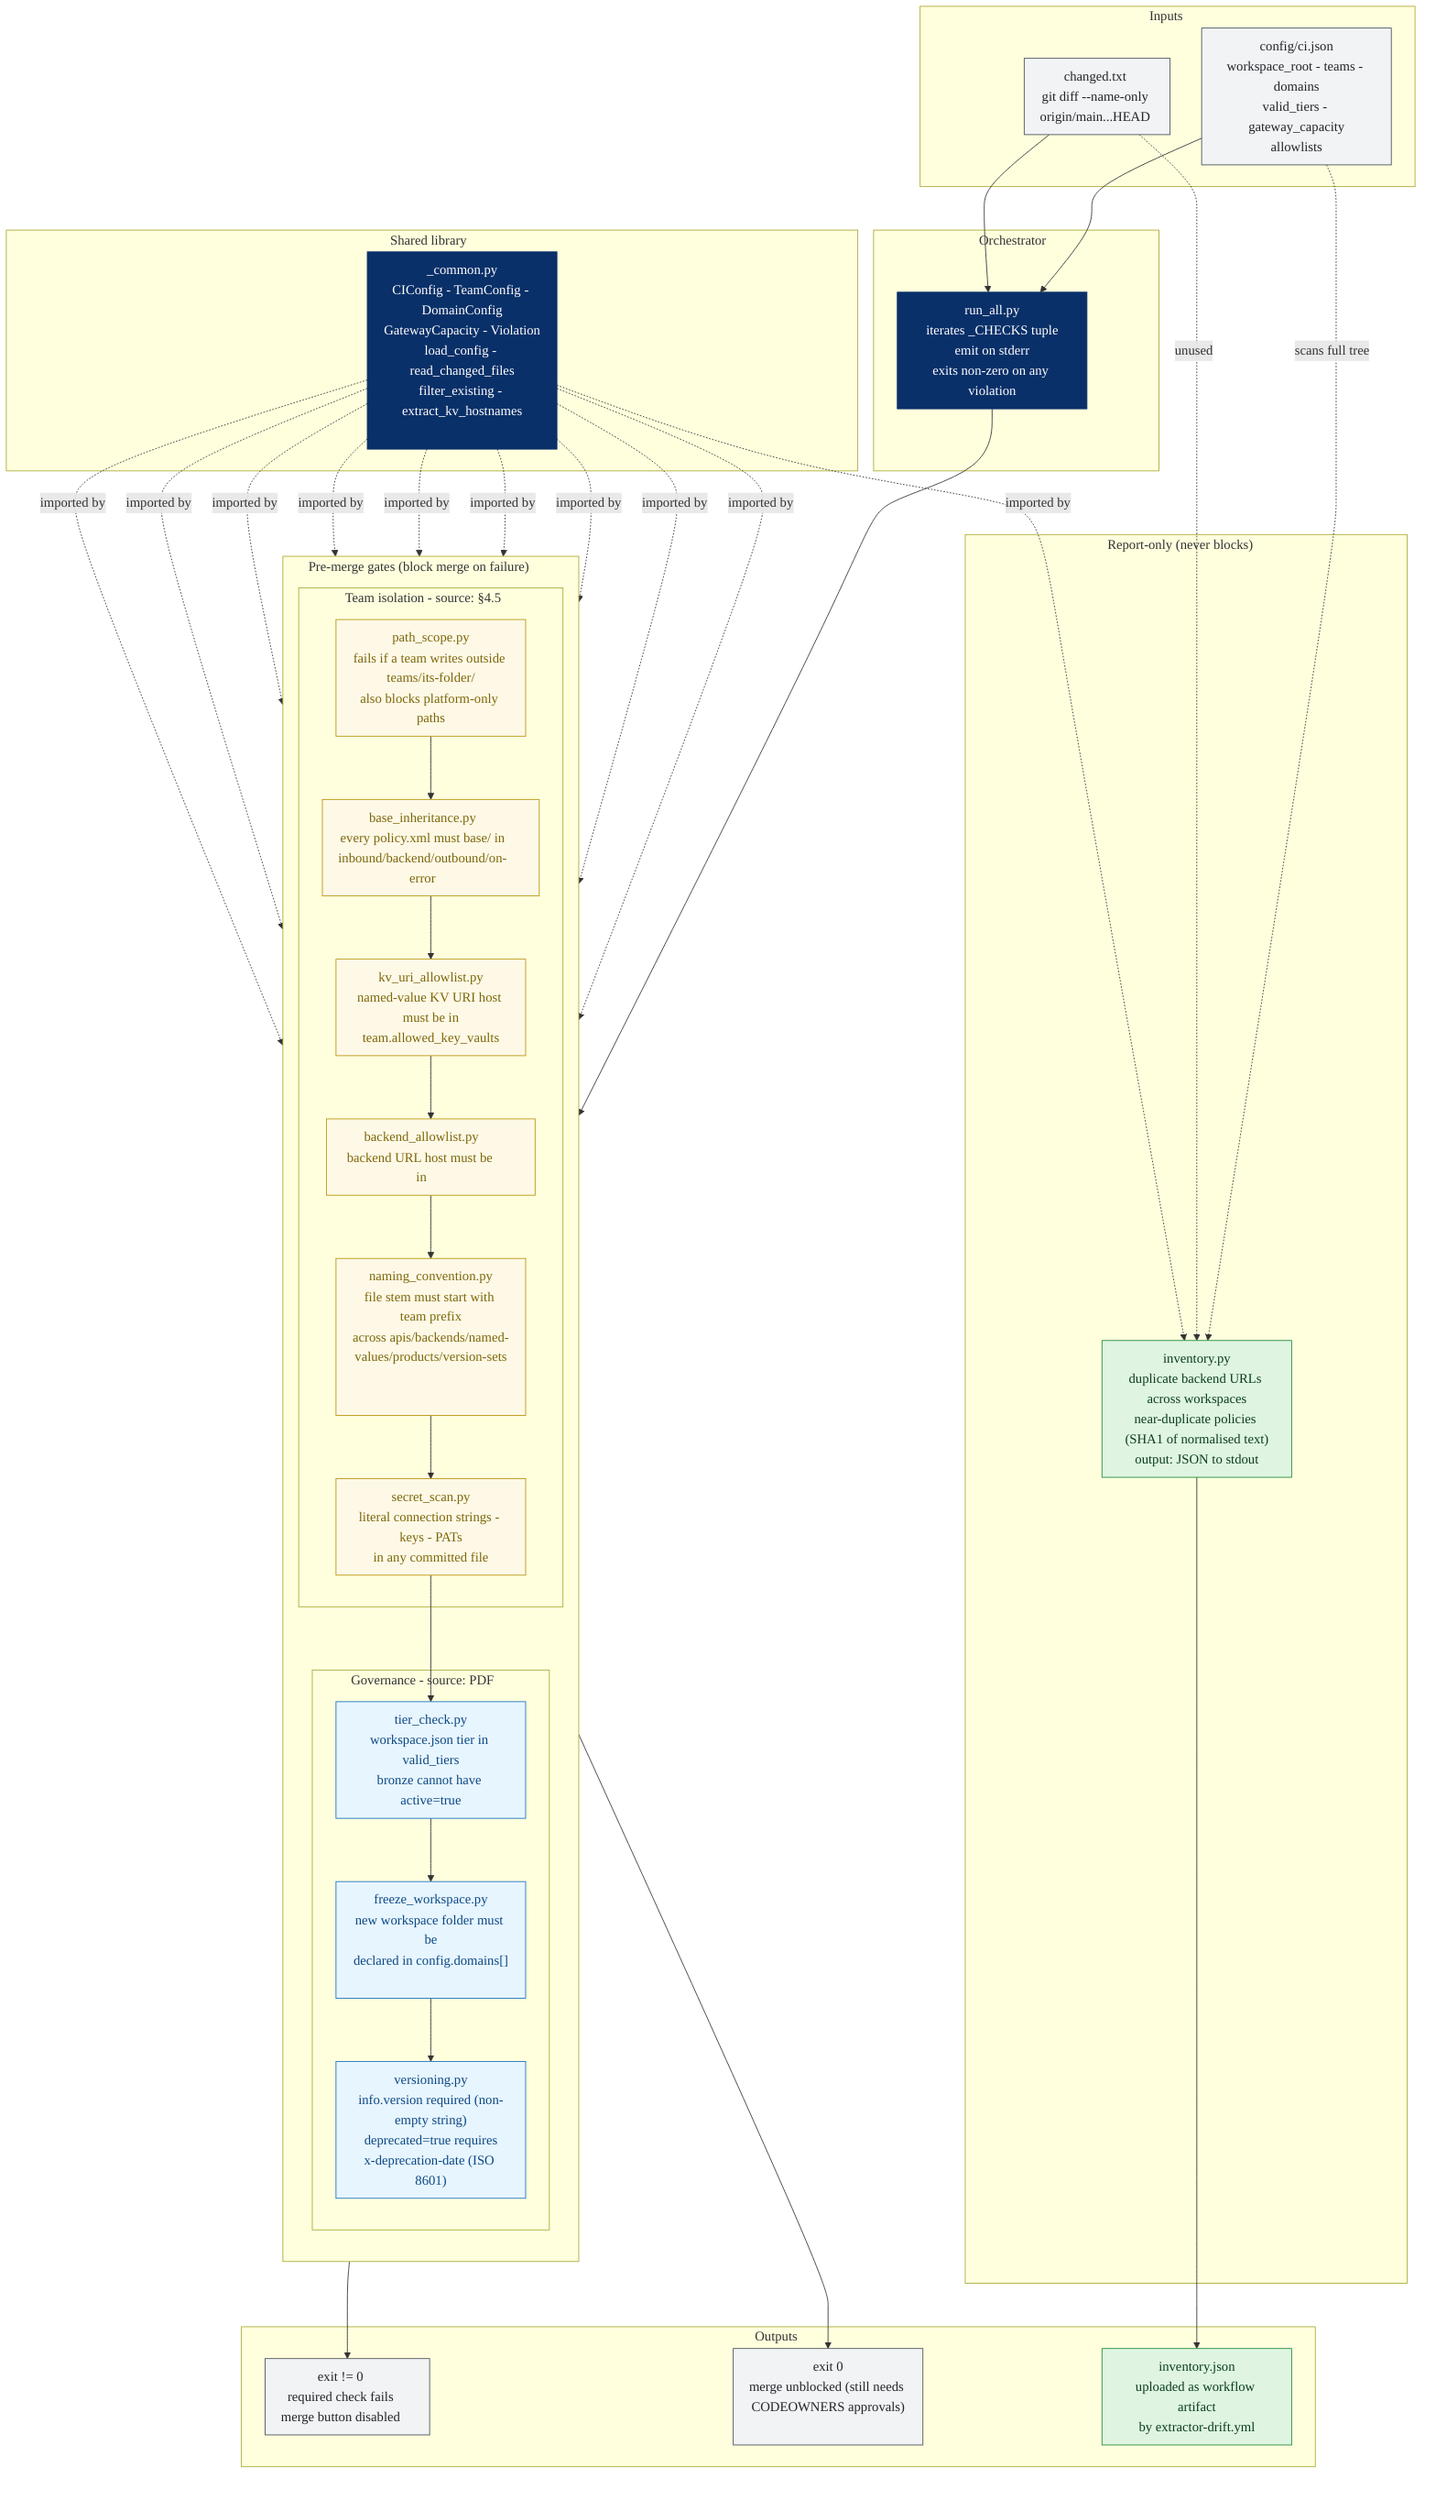
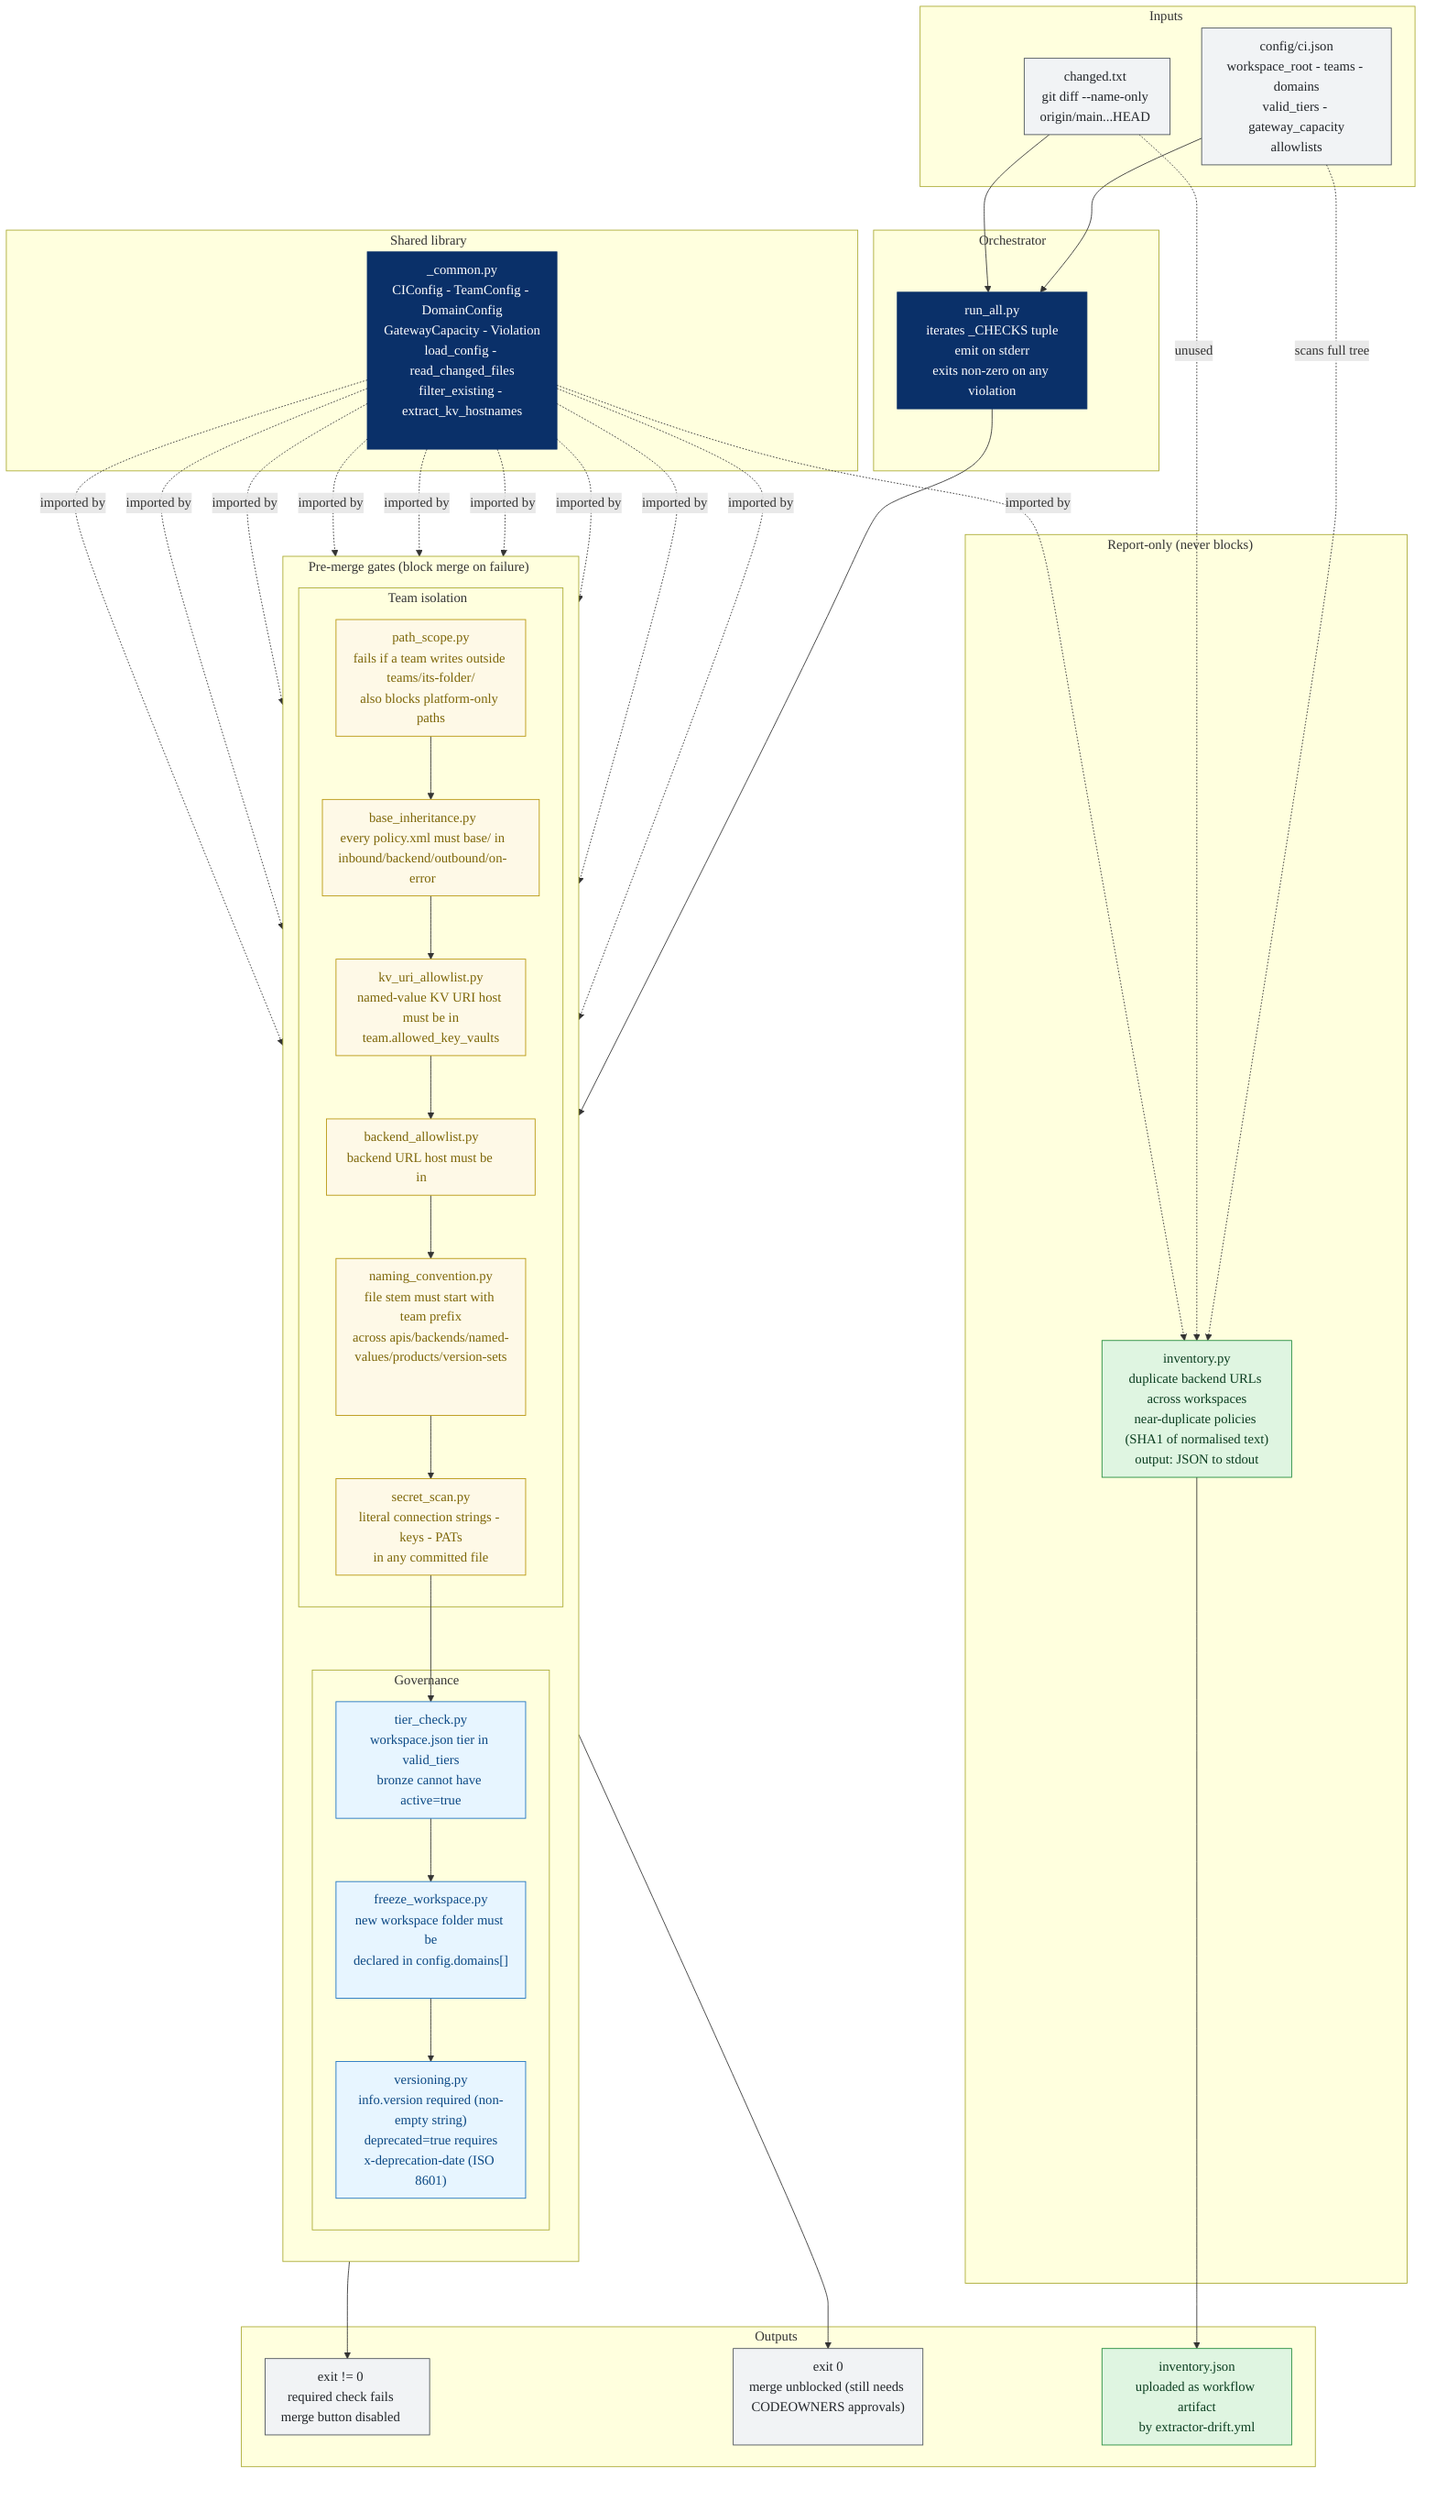
---
config:
  flowchart:
    htmlLabels: true
    nodeSpacing: 40
    rankSpacing: 55
    padding: 10
  themeVariables:
    fontSize: 17px
    fontFamily: Segoe UI, Arial, sans-serif
---
%% The 9 pre-merge CI checks + 1 report-only inventory scan.
%% Each check is a Python module under .github/scripts/, sharing _common.py,
%% orchestrated by run_all.py, invoked from pr-validation.yml.
- %% Source: docs/reference_architecture.md §4.5 +
- %%         reference architecture "Workspace Consolidation, Governance & Dedup Strategy".
+ %% Covers team isolation plus the workspace consolidation, governance & dedup strategy.

flowchart TB
    subgraph IN["Inputs"]
        CHG["changed.txt<br/>git diff --name-only<br/>origin/main...HEAD"]
        CFG["config/ci.json<br/>workspace_root - teams - domains<br/>valid_tiers - gateway_capacity<br/>allowlists"]
    end

    subgraph COM["Shared library"]
        COMP["_common.py<br/>CIConfig - TeamConfig - DomainConfig<br/>GatewayCapacity - Violation<br/>load_config - read_changed_files<br/>filter_existing - extract_kv_hostnames"]
    end

    subgraph ORCH["Orchestrator"]
        RUN["run_all.py<br/>iterates _CHECKS tuple<br/>emit on stderr<br/>exits non-zero on any violation"]
    end

    subgraph PRE["Pre-merge gates (block merge on failure)"]
        direction TB
-         subgraph ISO["Team isolation - source: §4.5"]
+         subgraph ISO["Team isolation"]
            C1["path_scope.py<br/>fails if a team writes outside teams/its-folder/<br/>also blocks platform-only paths"]
            C2["base_inheritance.py<br/>every policy.xml must base/ in<br/>inbound/backend/outbound/on-error"]
            C3["kv_uri_allowlist.py<br/>named-value KV URI host must be in<br/>team.allowed_key_vaults"]
            C4["backend_allowlist.py<br/>backend URL host must be in<br/>team.allowed_backend_hosts"]
            C5["naming_convention.py<br/>file stem must start with team prefix<br/>across apis/backends/named-values/products/version-sets"]
            C6["secret_scan.py<br/>literal connection strings - keys - PATs<br/>in any committed file"]
        end
-         subgraph GOV["Governance - source: PDF"]
+         subgraph GOV["Governance"]
            C7["tier_check.py<br/>workspace.json tier in valid_tiers<br/>bronze cannot have active=true"]
            C8["freeze_workspace.py<br/>new workspace folder must be<br/>declared in config.domains[]"]
            C9["versioning.py<br/>info.version required (non-empty string)<br/>deprecated=true requires<br/>x-deprecation-date (ISO 8601)"]
        end
    end

    subgraph REP["Report-only (never blocks)"]
        R1["inventory.py<br/>duplicate backend URLs across workspaces<br/>near-duplicate policies (SHA1 of normalised text)<br/>output: JSON to stdout"]
    end

    subgraph OUT["Outputs"]
        FAIL["exit != 0<br/>required check fails<br/>merge button disabled"]
        PASS["exit 0<br/>merge unblocked (still needs CODEOWNERS approvals)"]
        ART["inventory.json<br/>uploaded as workflow artifact<br/>by extractor-drift.yml"]
    end

    CHG --> RUN
    CFG --> RUN
    COMP -. imported by .-> C1
    COMP -. imported by .-> C2
    COMP -. imported by .-> C3
    COMP -. imported by .-> C4
    COMP -. imported by .-> C5
    COMP -. imported by .-> C6
    COMP -. imported by .-> C7
    COMP -. imported by .-> C8
    COMP -. imported by .-> C9
    COMP -. imported by .-> R1
    RUN --> C1 --> C2 --> C3 --> C4 --> C5 --> C6 --> C7 --> C8 --> C9
    C9 --> FAIL
    C9 --> PASS
    R1 --> ART
    CHG -. unused .-> R1
    CFG -. scans full tree .-> R1

    classDef shared fill:#0a3069,stroke:#0a3069,color:#fff;
    classDef gate fill:#fef9e7,stroke:#b7950b,color:#7d6608;
    classDef gov fill:#e7f5ff,stroke:#1971c2,color:#0b4884;
    classDef report fill:#dff5e1,stroke:#1f8a3a,color:#0a3d1f;
    classDef io fill:#f1f3f5,stroke:#495057,color:#212529;

    class COMP,RUN shared
    class C1,C2,C3,C4,C5,C6 gate
    class C7,C8,C9 gov
    class R1,ART report
    class CHG,CFG,FAIL,PASS io
